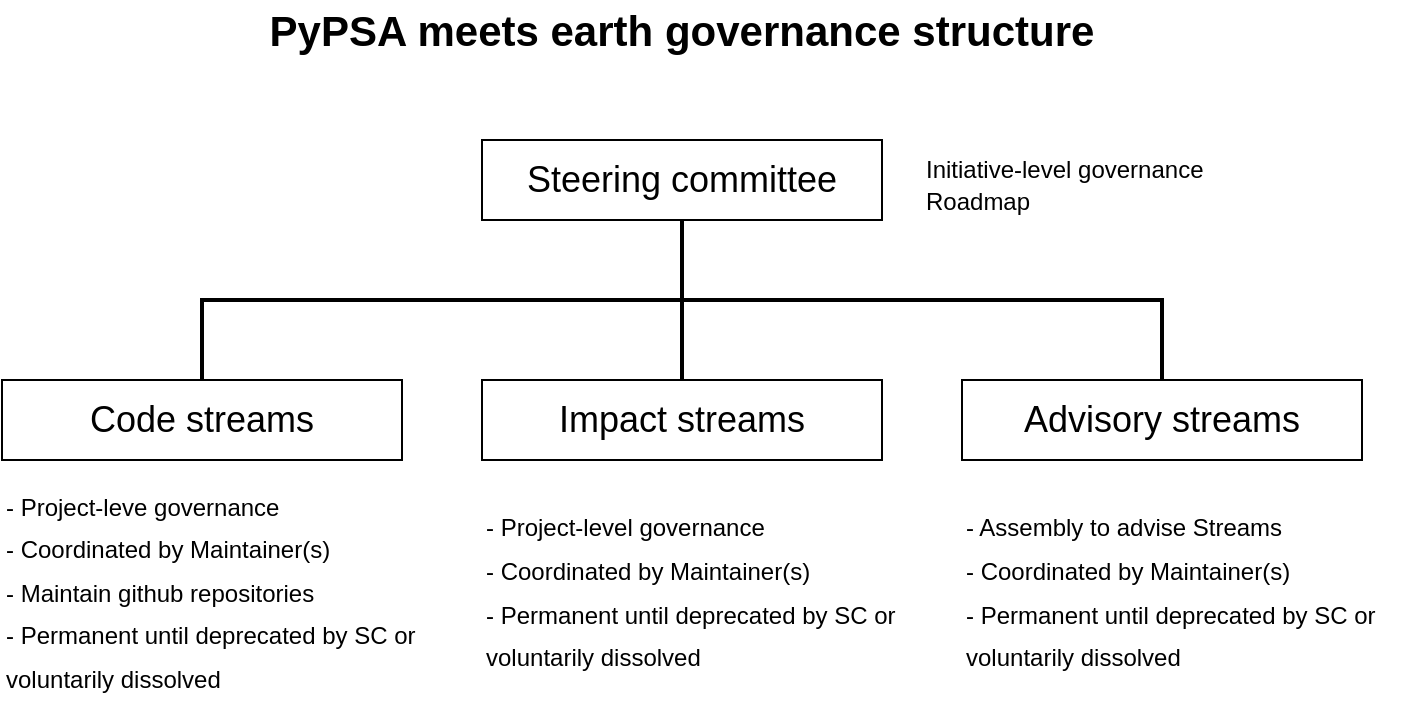
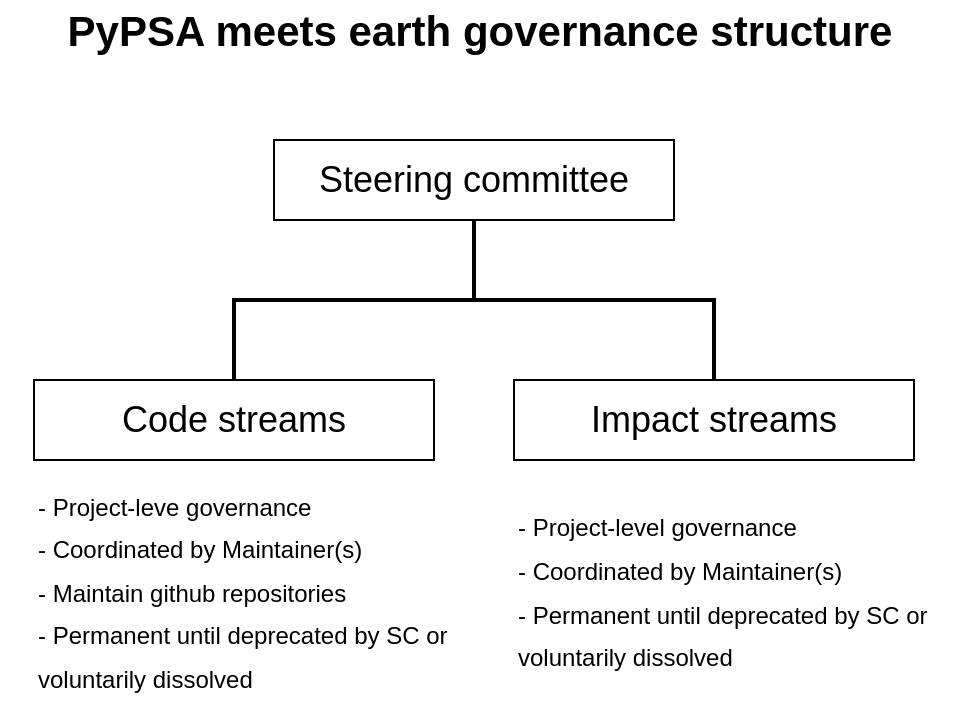
- <mxfile host="Electron" modified="2025-09-22T11:03:05.955Z" agent="Mozilla/5.0 (Windows NT 10.0; Win64; x64) AppleWebKit/537.36 (KHTML, like Gecko) draw.io/24.4.6 Chrome/124.0.6367.207 Electron/30.0.6 Safari/537.36" etag="RfDuT0_rdtsAAFA0Nbhh" version="24.4.6" type="device">
+ <mxfile host="Electron" modified="2025-09-22T15:59:14.065Z" agent="Mozilla/5.0 (Windows NT 10.0; Win64; x64) AppleWebKit/537.36 (KHTML, like Gecko) draw.io/24.4.6 Chrome/124.0.6367.207 Electron/30.0.6 Safari/537.36" etag="TSBaZ6n9lkAqhEtJtFyX" version="24.4.6" type="device">
  <diagram name="Page-1" id="2bT5wzRpzb6Gdt6GdF32">
-     <mxGraphModel dx="872" dy="588" grid="1" gridSize="10" guides="1" tooltips="1" connect="1" arrows="1" fold="1" page="1" pageScale="1" pageWidth="1654" pageHeight="1169" math="0" shadow="0">
+     <mxGraphModel dx="842" dy="568" grid="1" gridSize="10" guides="1" tooltips="1" connect="1" arrows="1" fold="1" page="1" pageScale="1" pageWidth="1654" pageHeight="1169" math="0" shadow="0">
      <root>
        <mxCell id="0" />
        <mxCell id="1" parent="0" />
-         <mxCell id="eDcIpggtUaXn9y7WZrQx-2" value="Steering committee" style="rounded=0;whiteSpace=wrap;html=1;pointerEvents=0;align=center;verticalAlign=middle;fontFamily=Helvetica;fontSize=18;fontColor=default;fillColor=default;gradientColor=none;container=0;" vertex="1" parent="1">
-           <mxGeometry x="480" y="160" width="200" height="40" as="geometry" />
+         <mxCell id="eDcIpggtUaXn9y7WZrQx-2" value="Steering committee" style="rounded=0;whiteSpace=wrap;html=1;pointerEvents=0;align=center;verticalAlign=middle;fontFamily=Helvetica;fontSize=18;fontColor=default;fillColor=default;gradientColor=none;container=0;" parent="1" vertex="1">
+           <mxGeometry x="477" y="160" width="200" height="40" as="geometry" />
        </mxCell>
-         <mxCell id="eDcIpggtUaXn9y7WZrQx-3" value="&lt;font style=&quot;font-size: 21px;&quot;&gt;&lt;b&gt;PyPSA meets earth governance structure&lt;/b&gt;&lt;/font&gt;" style="text;html=1;align=center;verticalAlign=middle;whiteSpace=wrap;rounded=0;fontFamily=Helvetica;fontSize=18;fontColor=default;" vertex="1" parent="1">
+         <mxCell id="eDcIpggtUaXn9y7WZrQx-3" value="&lt;font style=&quot;font-size: 21px;&quot;&gt;&lt;b&gt;PyPSA meets earth governance structure&lt;/b&gt;&lt;/font&gt;" style="text;html=1;align=center;verticalAlign=middle;whiteSpace=wrap;rounded=0;fontFamily=Helvetica;fontSize=18;fontColor=default;" parent="1" vertex="1">
          <mxGeometry x="340" y="90" width="480" height="30" as="geometry" />
        </mxCell>
-         <mxCell id="eDcIpggtUaXn9y7WZrQx-4" value="Code streams" style="rounded=0;whiteSpace=wrap;html=1;pointerEvents=0;align=center;verticalAlign=middle;fontFamily=Helvetica;fontSize=18;fontColor=default;fillColor=default;gradientColor=none;container=0;" vertex="1" parent="1">
-           <mxGeometry x="240" y="280" width="200" height="40" as="geometry" />
+         <mxCell id="eDcIpggtUaXn9y7WZrQx-4" value="Code streams" style="rounded=0;whiteSpace=wrap;html=1;pointerEvents=0;align=center;verticalAlign=middle;fontFamily=Helvetica;fontSize=18;fontColor=default;fillColor=default;gradientColor=none;container=0;" parent="1" vertex="1">
+           <mxGeometry x="357" y="280" width="200" height="40" as="geometry" />
        </mxCell>
-         <mxCell id="eDcIpggtUaXn9y7WZrQx-5" value="Impact streams" style="rounded=0;whiteSpace=wrap;html=1;pointerEvents=0;align=center;verticalAlign=middle;fontFamily=Helvetica;fontSize=18;fontColor=default;fillColor=default;gradientColor=none;container=0;" vertex="1" parent="1">
-           <mxGeometry x="480" y="280" width="200" height="40" as="geometry" />
+         <mxCell id="eDcIpggtUaXn9y7WZrQx-5" value="Impact streams" style="rounded=0;whiteSpace=wrap;html=1;pointerEvents=0;align=center;verticalAlign=middle;fontFamily=Helvetica;fontSize=18;fontColor=default;fillColor=default;gradientColor=none;container=0;" parent="1" vertex="1">
+           <mxGeometry x="597" y="280" width="200" height="40" as="geometry" />
        </mxCell>
-         <mxCell id="eDcIpggtUaXn9y7WZrQx-17" value="Advisory streams" style="rounded=0;whiteSpace=wrap;html=1;pointerEvents=0;align=center;verticalAlign=middle;fontFamily=Helvetica;fontSize=18;fontColor=default;fillColor=default;gradientColor=none;container=0;" vertex="1" parent="1">
-           <mxGeometry x="720" y="280" width="200" height="40" as="geometry" />
-         </mxCell>
-         <mxCell id="eDcIpggtUaXn9y7WZrQx-26" value="" style="endArrow=none;html=1;rounded=0;edgeStyle=orthogonalEdgeStyle;entryX=0.5;entryY=0;entryDx=0;entryDy=0;exitX=0.5;exitY=1;exitDx=0;exitDy=0;strokeWidth=2;" edge="1" parent="1" source="eDcIpggtUaXn9y7WZrQx-2" target="eDcIpggtUaXn9y7WZrQx-17">
+         <mxCell id="eDcIpggtUaXn9y7WZrQx-27" value="" style="endArrow=none;html=1;rounded=0;edgeStyle=orthogonalEdgeStyle;entryX=0.5;entryY=0;entryDx=0;entryDy=0;strokeWidth=2;exitX=0.5;exitY=1;exitDx=0;exitDy=0;" parent="1" source="eDcIpggtUaXn9y7WZrQx-2" target="eDcIpggtUaXn9y7WZrQx-5" edge="1">
          <mxGeometry width="50" height="50" relative="1" as="geometry">
-             <mxPoint x="570" y="300" as="sourcePoint" />
-             <mxPoint x="620" y="250" as="targetPoint" />
+             <mxPoint x="697" y="225" as="sourcePoint" />
+             <mxPoint x="947" y="110" as="targetPoint" />
          </mxGeometry>
        </mxCell>
-         <mxCell id="eDcIpggtUaXn9y7WZrQx-27" value="" style="endArrow=none;html=1;rounded=0;edgeStyle=orthogonalEdgeStyle;entryX=0.5;entryY=0;entryDx=0;entryDy=0;strokeWidth=2;exitX=0.5;exitY=1;exitDx=0;exitDy=0;" edge="1" parent="1" source="eDcIpggtUaXn9y7WZrQx-2" target="eDcIpggtUaXn9y7WZrQx-5">
+         <mxCell id="eDcIpggtUaXn9y7WZrQx-28" value="" style="endArrow=none;html=1;rounded=0;edgeStyle=orthogonalEdgeStyle;entryX=0.5;entryY=0;entryDx=0;entryDy=0;strokeWidth=2;exitX=0.5;exitY=1;exitDx=0;exitDy=0;" parent="1" source="eDcIpggtUaXn9y7WZrQx-2" target="eDcIpggtUaXn9y7WZrQx-4" edge="1">
          <mxGeometry width="50" height="50" relative="1" as="geometry">
-             <mxPoint x="580" y="225" as="sourcePoint" />
-             <mxPoint x="830" y="110" as="targetPoint" />
+             <mxPoint x="697" y="230" as="sourcePoint" />
+             <mxPoint x="957" y="120" as="targetPoint" />
          </mxGeometry>
        </mxCell>
-         <mxCell id="eDcIpggtUaXn9y7WZrQx-28" value="" style="endArrow=none;html=1;rounded=0;edgeStyle=orthogonalEdgeStyle;entryX=0.5;entryY=0;entryDx=0;entryDy=0;strokeWidth=2;exitX=0.5;exitY=1;exitDx=0;exitDy=0;" edge="1" parent="1" source="eDcIpggtUaXn9y7WZrQx-2" target="eDcIpggtUaXn9y7WZrQx-4">
-           <mxGeometry width="50" height="50" relative="1" as="geometry">
-             <mxPoint x="580" y="230" as="sourcePoint" />
-             <mxPoint x="840" y="120" as="targetPoint" />
-           </mxGeometry>
+         <mxCell id="eDcIpggtUaXn9y7WZrQx-30" value="&lt;font style=&quot;font-size: 12px;&quot;&gt;- Project-leve governance&lt;br&gt;- Coordinated by Maintainer(s)&lt;br&gt;- Maintain github repositories&lt;br&gt;- Permanent until deprecated by SC or voluntarily dissolved&lt;/font&gt;" style="text;html=1;align=left;verticalAlign=middle;whiteSpace=wrap;rounded=0;fontFamily=Helvetica;fontSize=18;fontColor=default;" parent="1" vertex="1">
+           <mxGeometry x="357" y="330" width="230" height="110" as="geometry" />
        </mxCell>
-         <mxCell id="eDcIpggtUaXn9y7WZrQx-29" value="&lt;font style=&quot;font-size: 12px;&quot;&gt;Initiative-level governance&lt;/font&gt;&lt;div style=&quot;font-size: 12px;&quot;&gt;&lt;font style=&quot;font-size: 12px;&quot;&gt;Roadmap&lt;/font&gt;&lt;/div&gt;" style="text;html=1;align=left;verticalAlign=middle;whiteSpace=wrap;rounded=0;fontFamily=Helvetica;fontSize=18;fontColor=default;" vertex="1" parent="1">
-           <mxGeometry x="700" y="165" width="230" height="30" as="geometry" />
-         </mxCell>
-         <mxCell id="eDcIpggtUaXn9y7WZrQx-30" value="&lt;font style=&quot;font-size: 12px;&quot;&gt;- Project-leve governance&lt;br&gt;- Coordinated by Maintainer(s)&lt;br&gt;- Maintain github repositories&lt;br&gt;- Permanent until deprecated by SC or voluntarily dissolved&lt;/font&gt;" style="text;html=1;align=left;verticalAlign=middle;whiteSpace=wrap;rounded=0;fontFamily=Helvetica;fontSize=18;fontColor=default;" vertex="1" parent="1">
-           <mxGeometry x="240" y="330" width="230" height="110" as="geometry" />
-         </mxCell>
-         <mxCell id="eDcIpggtUaXn9y7WZrQx-32" value="&lt;font style=&quot;font-size: 12px;&quot;&gt;- Project-level governance&lt;br&gt;- Coordinated by Maintainer(s)&lt;br&gt;- Permanent until deprecated by SC or voluntarily dissolved&lt;/font&gt;" style="text;html=1;align=left;verticalAlign=middle;whiteSpace=wrap;rounded=0;fontFamily=Helvetica;fontSize=18;fontColor=default;" vertex="1" parent="1">
-           <mxGeometry x="480" y="330" width="230" height="110" as="geometry" />
-         </mxCell>
-         <mxCell id="eDcIpggtUaXn9y7WZrQx-33" value="&lt;font style=&quot;font-size: 12px;&quot;&gt;- Assembly to advise Streams&lt;br&gt;- Coordinated by Maintainer(s)&lt;br&gt;- Permanent until deprecated by SC or voluntarily dissolved&lt;/font&gt;" style="text;html=1;align=left;verticalAlign=middle;whiteSpace=wrap;rounded=0;fontFamily=Helvetica;fontSize=18;fontColor=default;" vertex="1" parent="1">
-           <mxGeometry x="720" y="330" width="230" height="110" as="geometry" />
+         <mxCell id="eDcIpggtUaXn9y7WZrQx-32" value="&lt;font style=&quot;font-size: 12px;&quot;&gt;- Project-level governance&lt;br&gt;- Coordinated by Maintainer(s)&lt;br&gt;- Permanent until deprecated by SC or voluntarily dissolved&lt;/font&gt;" style="text;html=1;align=left;verticalAlign=middle;whiteSpace=wrap;rounded=0;fontFamily=Helvetica;fontSize=18;fontColor=default;" parent="1" vertex="1">
+           <mxGeometry x="597" y="330" width="230" height="110" as="geometry" />
        </mxCell>
      </root>
    </mxGraphModel>
  </diagram>
</mxfile>
